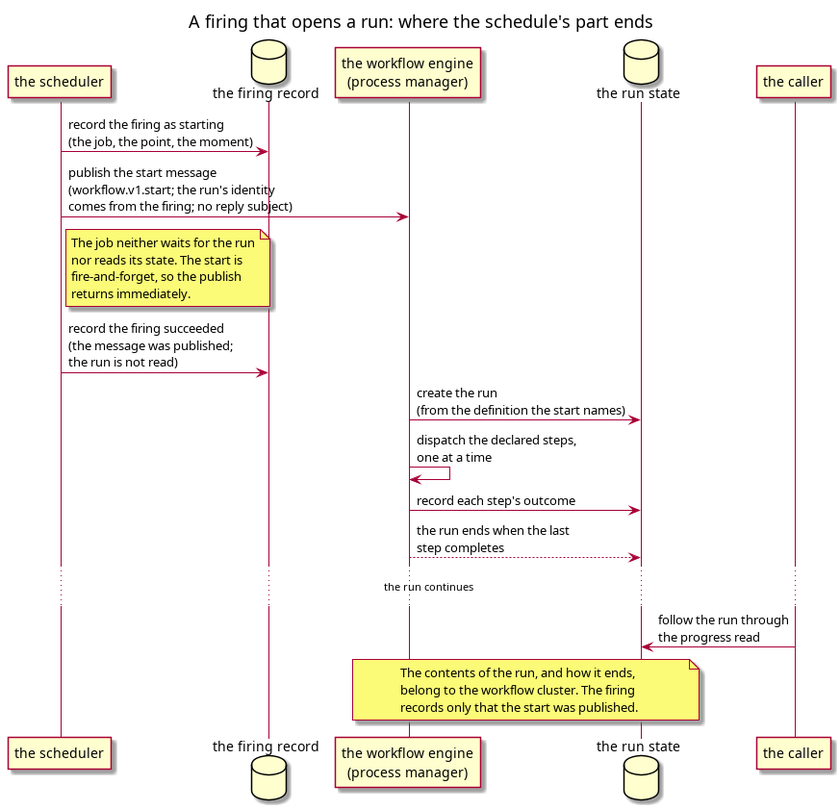
OreStudio/OreStudio keeps this PlantUML diagram as doc/knowledge/architecture/scheduled_workflow_start_sequence.png. Above is the earlier version. Its source is kept beside it as doc/knowledge/architecture/scheduled_workflow_start_sequence.puml. Source of this version:
```plantuml
@startuml

title A firing that opens a run: where the schedule's part ends

participant "the scheduler" as scheduler
database "the firing record" as record
participant "the workflow engine\n(process manager)" as engine
database "the run state" as run
participant "the caller" as caller

scheduler -> record : record the firing as starting\n(the job, the point, the moment)
scheduler -> engine : publish the start message\n(workflow.v1.start; the run's identity\ncomes from the firing; no reply subject)

note right of scheduler
    The job neither waits for the run
    nor reads its state. The start is
    fire-and-forget, so the publish
    returns immediately.
end note

scheduler -> record : record the firing succeeded\n(the message was published;\nthe run is not read)

engine -> run : create the run\n(from the definition the start names)
engine -> engine : dispatch the declared steps,\none at a time
engine -> run : record each step's outcome
engine --> run : the run ends when the last\nstep completes

... the run continues ...

caller -> run : follow the run through\nthe progress read

note over engine, run
    The contents of the run, and how it ends,
    belong to the workflow cluster. The firing
    records only that the start was published.
end note

@enduml
```
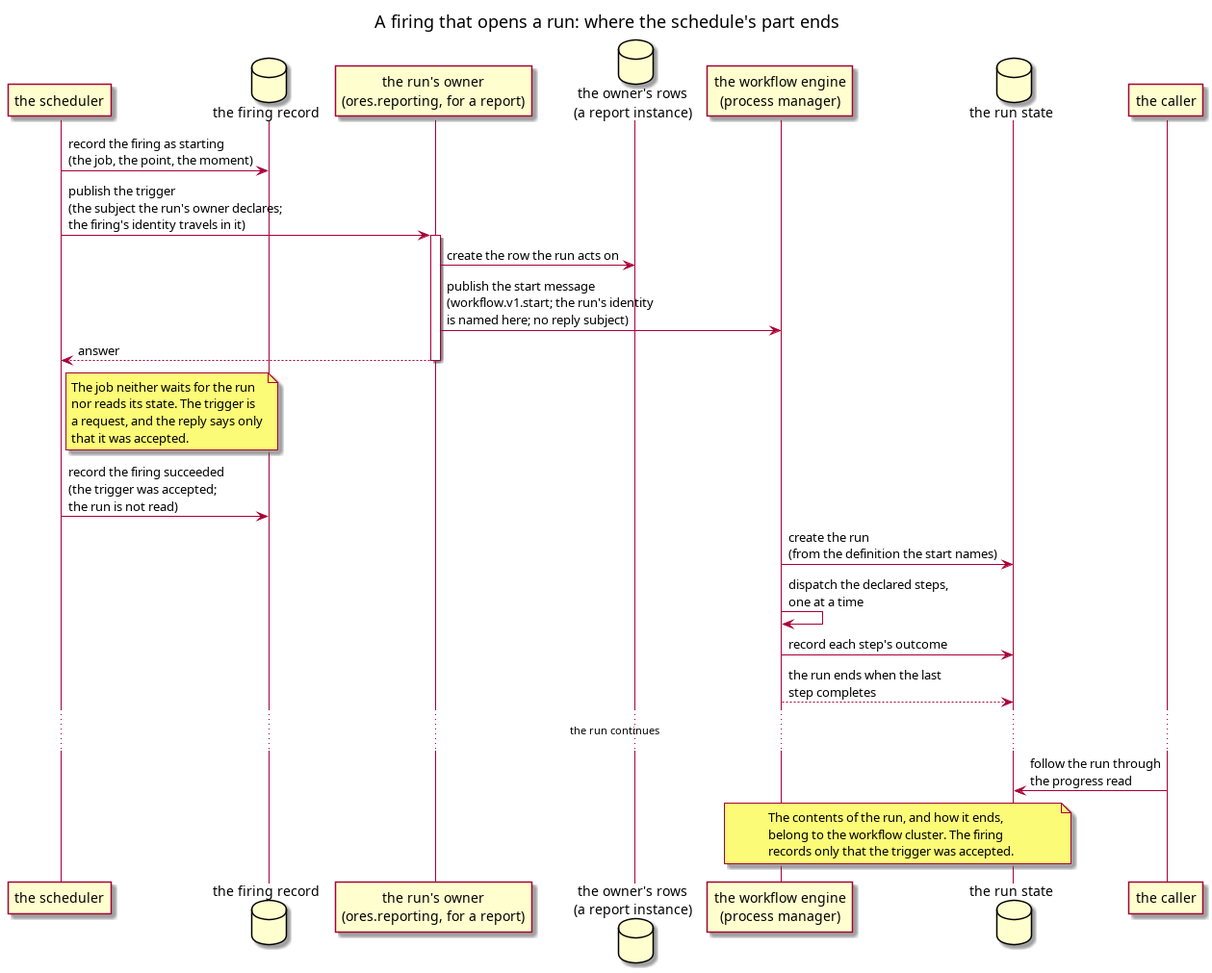
After the change.

Commit message:
[knowledge] Reconcile the reporting and scheduling pages with the code

Change to the diagram source:
```diff
@@ -4,21 +4,28 @@
 
 participant "the scheduler" as scheduler
 database "the firing record" as record
+participant "the run's owner\n(ores.reporting, for a report)" as owner
+database "the owner's rows\n(a report instance)" as domain
 participant "the workflow engine\n(process manager)" as engine
 database "the run state" as run
 participant "the caller" as caller
 
 scheduler -> record : record the firing as starting\n(the job, the point, the moment)
-scheduler -> engine : publish the start message\n(workflow.v1.start; the run's identity\ncomes from the firing; no reply subject)
+scheduler -> owner : publish the trigger\n(the subject the run's owner declares;\nthe firing's identity travels in it)
+activate owner
+owner -> domain : create the row the run acts on
+owner -> engine : publish the start message\n(workflow.v1.start; the run's identity\nis named here; no reply subject)
+owner --> scheduler : answer
+deactivate owner
 
 note right of scheduler
     The job neither waits for the run
-    nor reads its state. The start is
-    fire-and-forget, so the publish
-    returns immediately.
+    nor reads its state. The trigger is
+    a request, and the reply says only
+    that it was accepted.
 end note
 
-scheduler -> record : record the firing succeeded\n(the message was published;\nthe run is not read)
+scheduler -> record : record the firing succeeded\n(the trigger was accepted;\nthe run is not read)
 
 engine -> run : create the run\n(from the definition the start names)
 engine -> engine : dispatch the declared steps,\none at a time
@@ -32,7 +39,7 @@
 note over engine, run
     The contents of the run, and how it ends,
     belong to the workflow cluster. The firing
-    records only that the start was published.
+    records only that the trigger was accepted.
 end note
 
 @enduml
```
